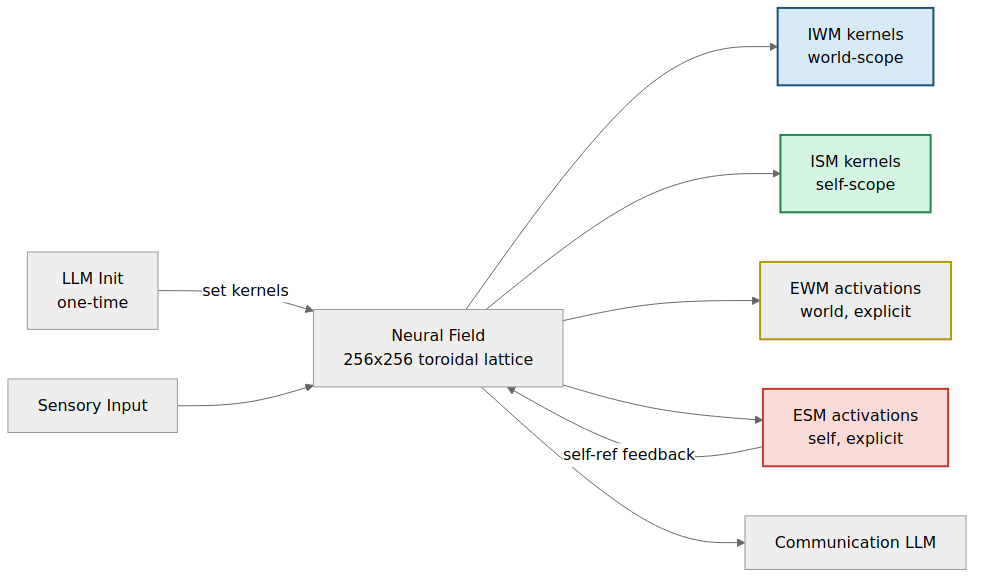
Earlier version of the Mermaid export docs/engineering/designs/pdf/png/design-14-simple.png (JeltzProstetnic/aIware). Its source is kept beside it as docs/engineering/designs/pdf/mmd/design-14-simple.mmd.
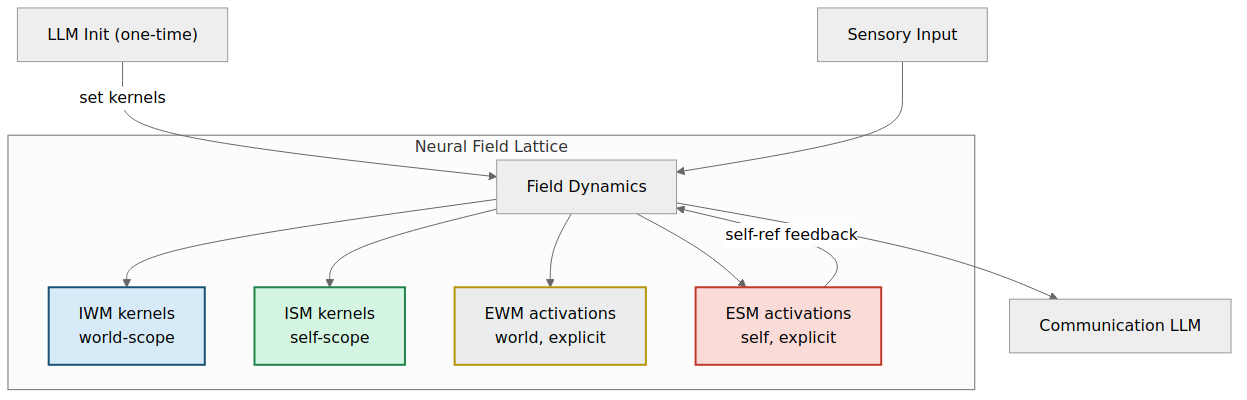
After the change.

Diff of the diagram source:
```diff
@@ -1,10 +1,17 @@
-graph LR
-    INIT[LLM Init<br/>one-time] -->|set kernels| FIELD[Neural Field<br/>256x256 toroidal lattice]
+graph TD
+    INIT["LLM Init (one-time)"] -->|set kernels| FIELD
     SENS[Sensory Input] --> FIELD
-    FIELD --> IWM[IWM kernels<br/>world-scope]
-    FIELD --> ISM[ISM kernels<br/>self-scope]
-    FIELD --> EWM[EWM activations<br/>world, explicit]
-    FIELD --> ESM[ESM activations<br/>self, explicit]
+    subgraph SUBSTRATE["Neural Field Lattice"]
+        FIELD["Field Dynamics"]
+        IWM["IWM kernels<br/>world-scope"]
+        ISM["ISM kernels<br/>self-scope"]
+        EWM["EWM activations<br/>world, explicit"]
+        ESM["ESM activations<br/>self, explicit"]
+    end
+    FIELD --> IWM
+    FIELD --> ISM
+    FIELD --> EWM
+    FIELD --> ESM
     ESM -->|self-ref feedback| FIELD
     FIELD --> COMM[Communication LLM]
     style IWM fill:#D6EAF8,stroke:#1A5276,stroke-width:2px
```
